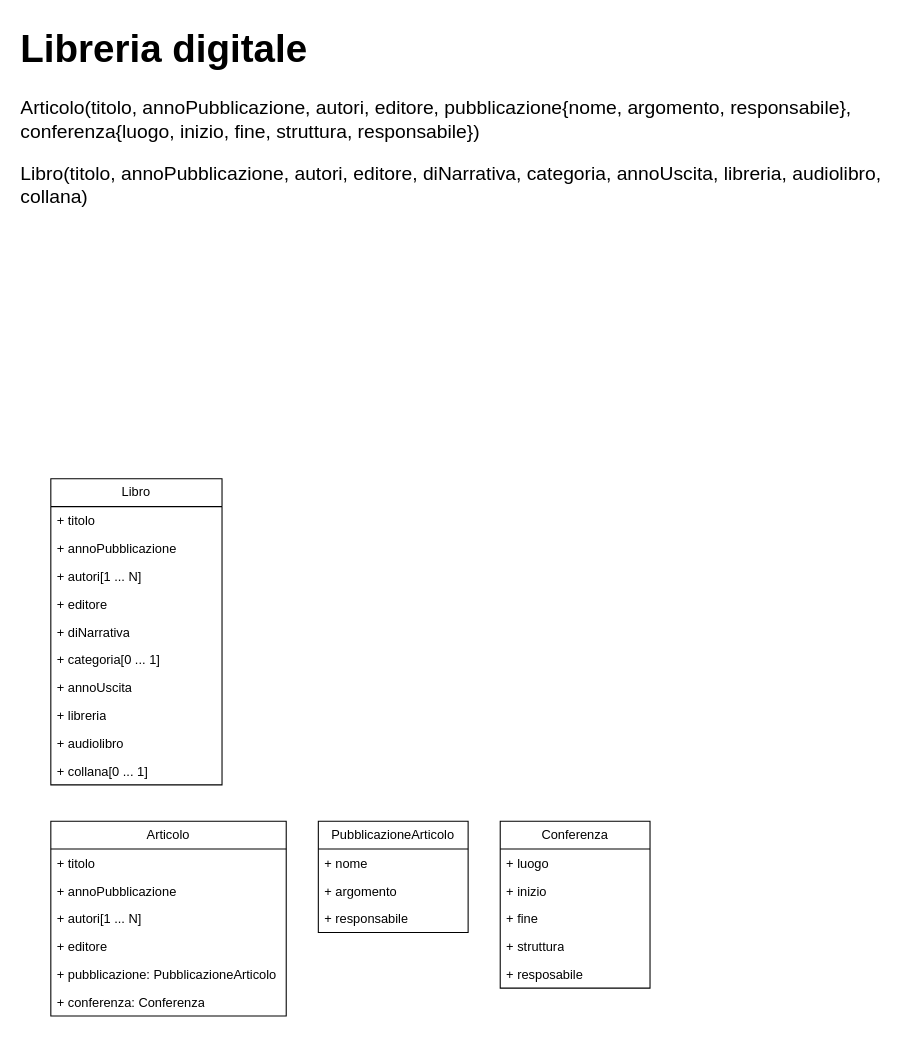
Before: database/esercitazione1.drawio in Gabbinetto/draw.io-diagrams, a draw.io diagram. Source tidied: cells renumbered, new cells numbered last; positions are measured from the earlier drawing's top-left corner, leaving out a move shared by most shapes. Both pictures are drawn from the tidied source at 107%, with x=0, y=0 at pixel (18, 18).
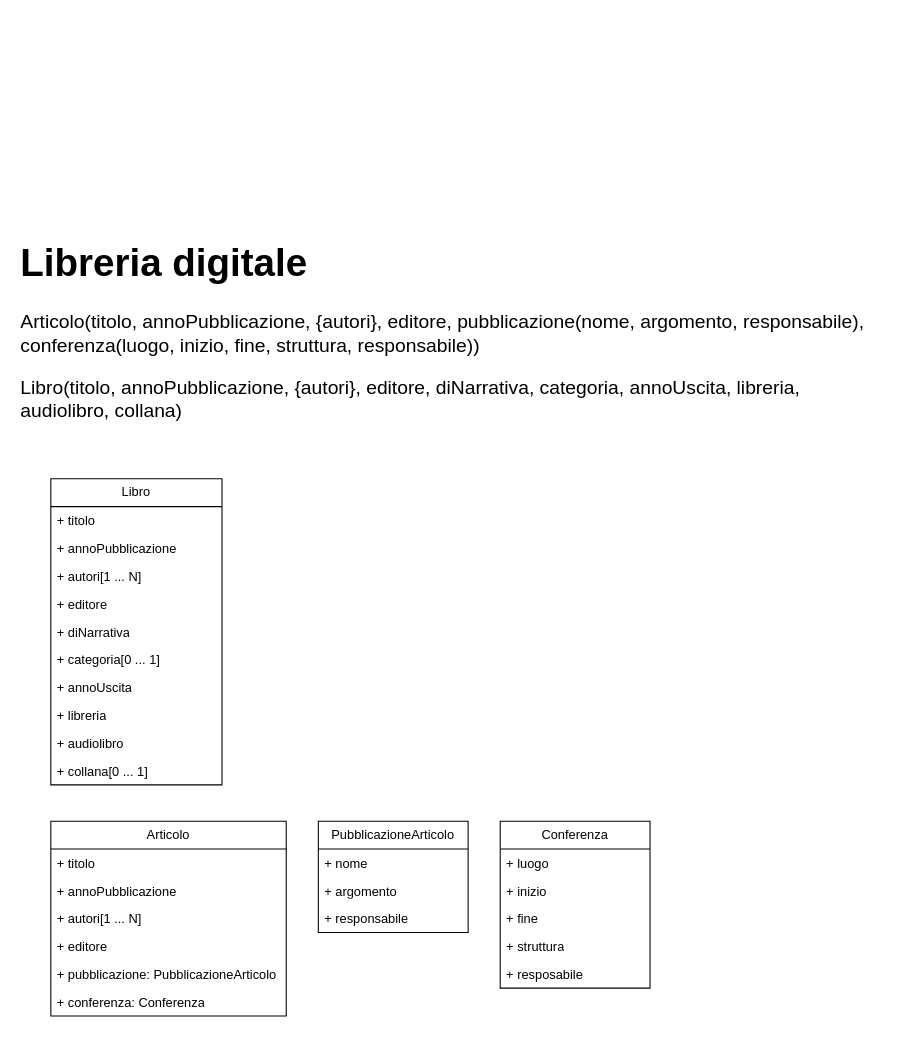
Above is the later version.

The edit, as a diff of the source:
```diff
@@
-    <mxCell id="2" value="&lt;h1 style=&quot;margin-top: 0px;&quot;&gt;Libreria digitale&lt;/h1&gt;&lt;p&gt;Articolo(titolo,&amp;nbsp;annoPubblicazione, autori, editore, pubblicazione{nome, argomento, responsabile}, conferenza{luogo, inizio, fine, struttura, responsabile})&lt;/p&gt;&lt;p&gt;Libro(titolo, annoPubblicazione, autori, editore, diNarrativa, categoria, annoUscita, libreria, audiolibro, collana)&lt;/p&gt;" style="text;html=1;whiteSpace=wrap;overflow=hidden;rounded=0;fontSize=18;" parent="1" vertex="1">
-      <mxGeometry width="810" height="390" as="geometry" />
+    <mxCell id="2" value="&lt;h1 style=&quot;margin-top: 0px;&quot;&gt;Libreria digitale&lt;/h1&gt;&lt;p&gt;Articolo(titolo,&amp;nbsp;annoPubblicazione, {autori}, editore, pubblicazione(nome, argomento, responsabile), conferenza(luogo, inizio, fine, struttura, responsabile))&lt;/p&gt;&lt;p&gt;Libro(titolo, annoPubblicazione, {autori}, editore, diNarrativa, categoria, annoUscita, libreria, audiolibro, collana)&lt;/p&gt;" style="text;html=1;whiteSpace=wrap;overflow=hidden;rounded=0;fontSize=18;" parent="1" vertex="1">
+      <mxGeometry y="200" width="810" height="230" as="geometry" />
     </mxCell>
```
